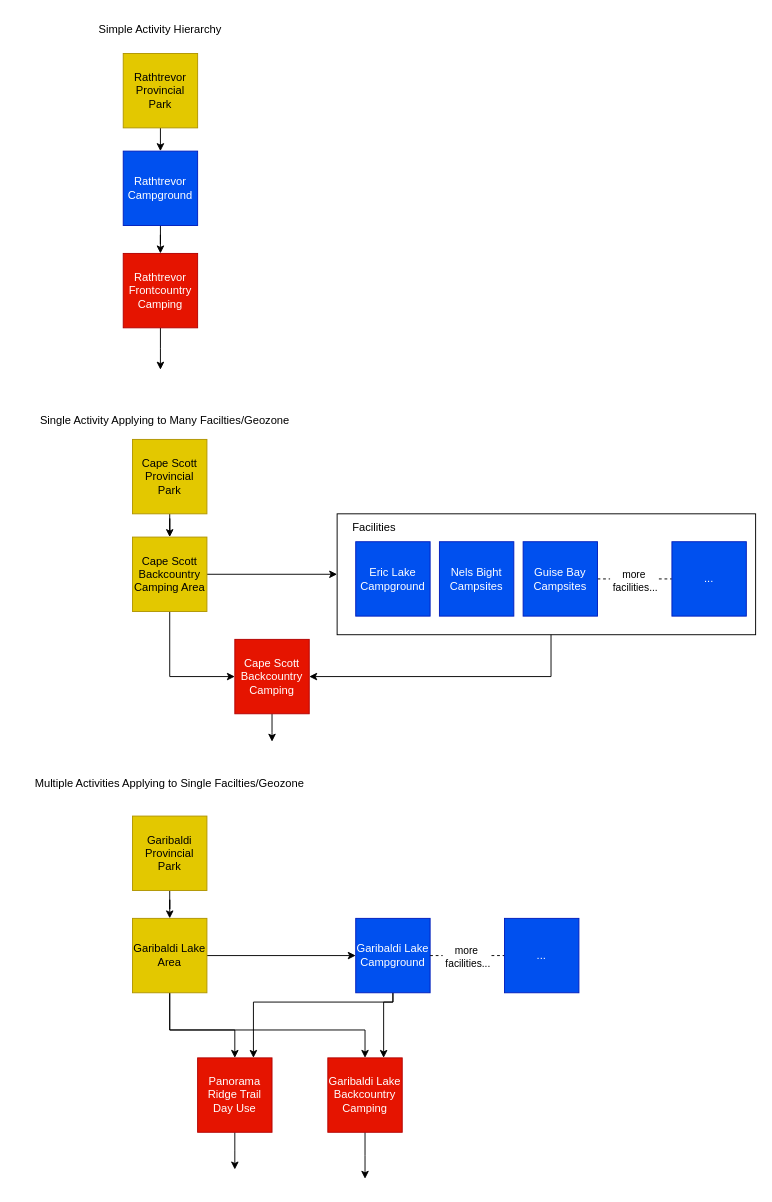
Before: page "Copy of User Journey Phases" (5 of 8) of docs/data-model/reservations_data_model.drawio in bcgov/reserve-rec-api, a draw.io diagram. Source tidied: cells renumbered, new cells numbered last; positions are measured from the earlier drawing's top-left corner, leaving out a move shared by most shapes. Both pictures are drawn from the tidied source at 93%, with x=0, y=0 at pixel (16, 16).
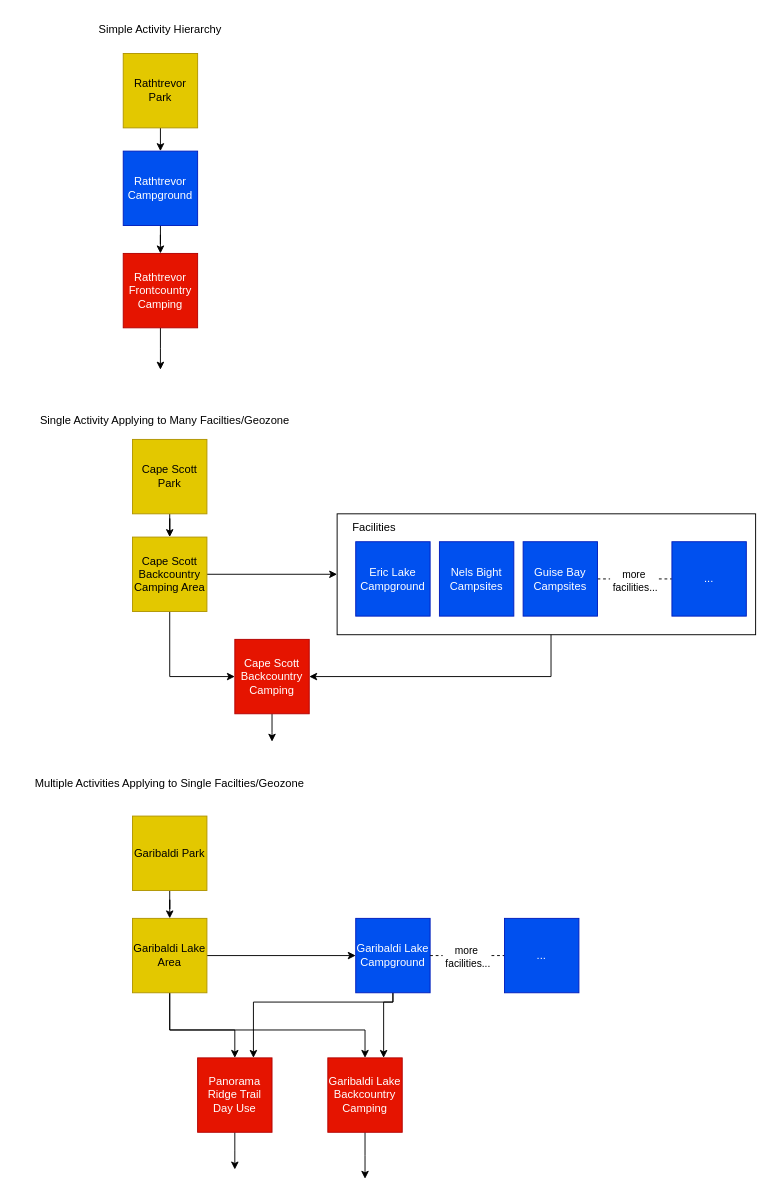
After the change.

Commit message (it also covers changes not shown here):
PRDT-473: remove 'provincial' from park names (#479)

Change to the diagram source:
```diff
@@
-    <mxCell id="5" value="Cape Scott Provincial Park" style="whiteSpace=wrap;html=1;fillColor=#e3c800;fontColor=#000000;strokeColor=#B09500;" parent="1" vertex="1">
+    <mxCell id="5" value="Cape Scott Park" style="whiteSpace=wrap;html=1;fillColor=#e3c800;fontColor=#000000;strokeColor=#B09500;" parent="1" vertex="1">
       <mxGeometry x="125" y="455" width="80" height="80" as="geometry" />
     </mxCell>
@@
-    <mxCell id="21" value="Garibaldi Provincial Park" style="whiteSpace=wrap;html=1;fillColor=#e3c800;fontColor=#000000;strokeColor=#B09500;" parent="1" vertex="1">
+    <mxCell id="21" value="Garibaldi Park" style="whiteSpace=wrap;html=1;fillColor=#e3c800;fontColor=#000000;strokeColor=#B09500;" parent="1" vertex="1">
       <mxGeometry x="125" y="860" width="80" height="80" as="geometry" />
     </mxCell>
@@
-    <mxCell id="37" value="Rathtrevor Provincial&lt;div&gt;Park&lt;/div&gt;" style="whiteSpace=wrap;html=1;fillColor=#e3c800;fontColor=#000000;strokeColor=#B09500;" parent="1" vertex="1">
+    <mxCell id="37" value="Rathtrevor&lt;div&gt;Park&lt;/div&gt;" style="whiteSpace=wrap;html=1;fillColor=#e3c800;fontColor=#000000;strokeColor=#B09500;" parent="1" vertex="1">
       <mxGeometry x="115" y="40" width="80" height="80" as="geometry" />
     </mxCell>
```
